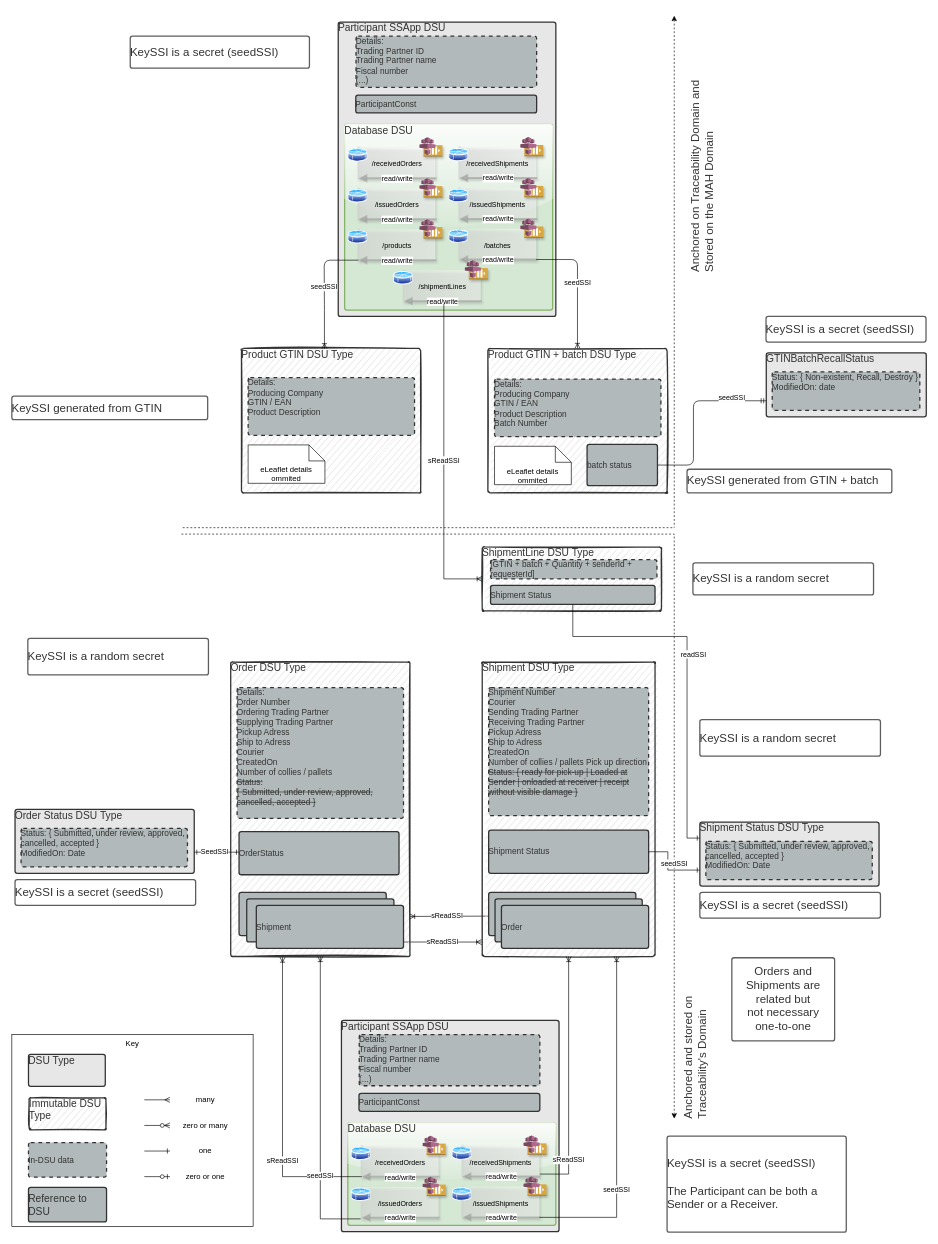
This is page "DSUTypes" (3 of 3) of workdocs/drawings/finishedGoodsTraceabilityDSUTypes.drawio from PharmaLedger-IMI/fgt-workspace, a draw.io file, before an edit. Source tidied: cells renumbered, new cells numbered last; positions are measured from the earlier drawing's top-left corner, leaving out a move shared by most shapes. Both pictures are drawn from the tidied source at 64%, with x=0, y=0 at pixel (12, 15).
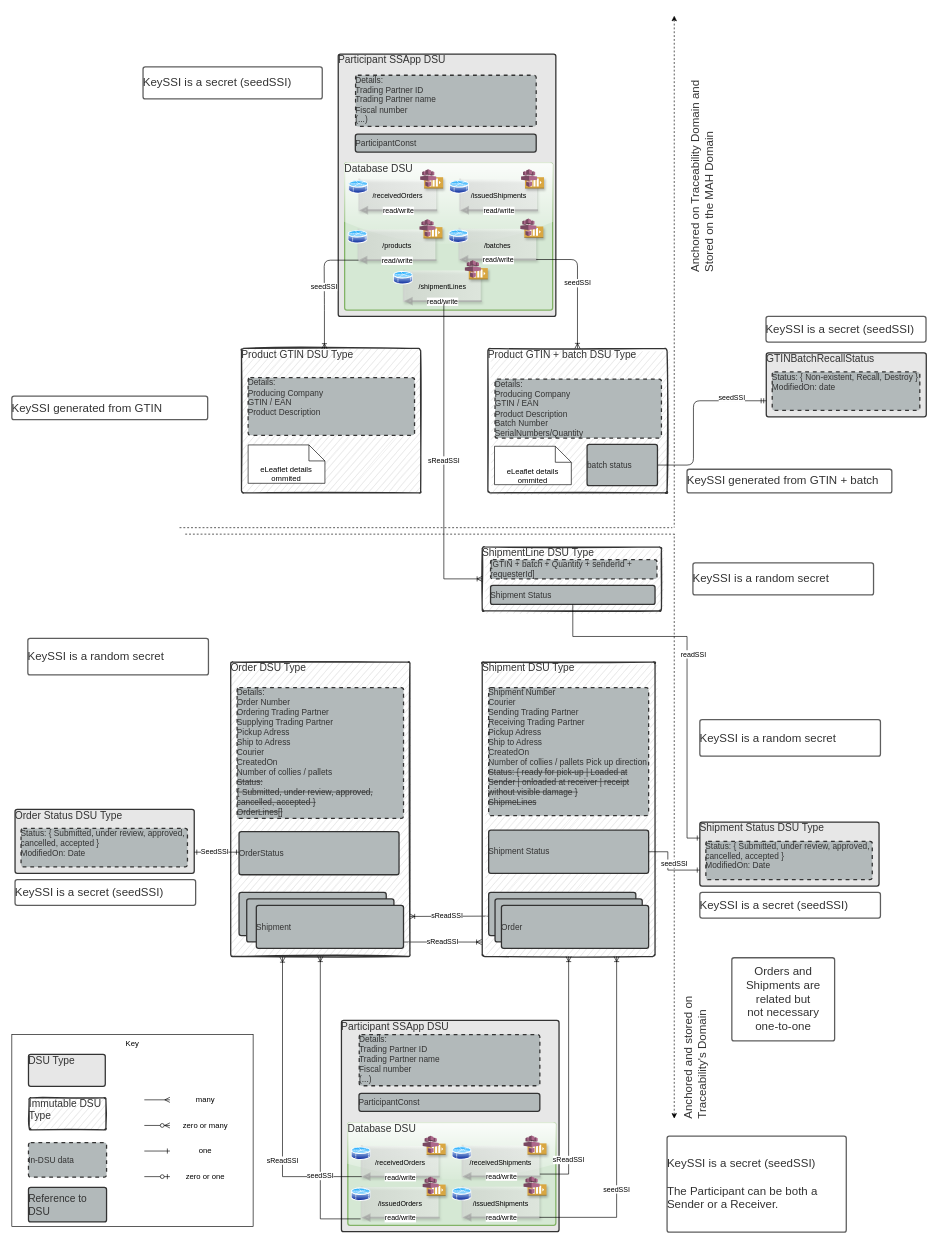
The same page after the edit.

The edit, as a diff of the source:
```diff
@@
-    <mxCell id="22" value="&lt;div&gt;Details:&lt;/div&gt;&lt;div&gt;Producing Company&lt;br&gt;&lt;/div&gt;GTIN / EAN&lt;br&gt;Product Description&lt;br&gt;Batch Number" style="html=1;overflow=block;whiteSpace=wrap;whiteSpace=wrap;fontSize=13;fontColor=#333333;align=center;align=left;spacing=7;verticalAlign=top;strokeColor=#333333;strokeOpacity=100;fillOpacity=100;rounded=1;absoluteArcSize=1;arcSize=7;fillColor=#b2b9ba;strokeWidth=2;dashed=1;" parent="1" vertex="1">
-      <mxGeometry x="754.2" y="567.8" width="260" height="90" as="geometry" />
+    <mxCell id="22" value="&lt;div&gt;Details:&lt;/div&gt;&lt;div&gt;Producing Company&lt;br&gt;&lt;/div&gt;GTIN / EAN&lt;br&gt;Product Description&lt;br&gt;Batch Number&lt;br&gt;SerialNumbers/Quantity" style="html=1;overflow=block;whiteSpace=wrap;whiteSpace=wrap;fontSize=13;fontColor=#333333;align=center;align=left;spacing=7;verticalAlign=top;strokeColor=#333333;strokeOpacity=100;fillOpacity=100;rounded=1;absoluteArcSize=1;arcSize=7;fillColor=#b2b9ba;strokeWidth=2;dashed=1;" parent="1" vertex="1">
+      <mxGeometry x="755" y="567.8" width="260" height="92.2" as="geometry" />
     </mxCell>
@@
     <mxCell id="29" style="endArrow=none;dashed=1;html=1;" parent="1" edge="1">
       <mxGeometry relative="1" as="geometry">
-        <mxPoint x="265" y="810" as="sourcePoint" />
-        <mxPoint x="1035" y="810" as="targetPoint" />
+        <mxPoint x="262" y="800" as="sourcePoint" />
+        <mxPoint x="1032" y="800" as="targetPoint" />
       </mxGeometry>
     </mxCell>
@@
     <mxCell id="31" style="endArrow=none;dashed=1;html=1;" parent="1" edge="1">
       <mxGeometry relative="1" as="geometry">
-        <mxPoint x="267" y="800" as="sourcePoint" />
-        <mxPoint x="1035" y="800" as="targetPoint" />
+        <mxPoint x="270.9" y="810.1" as="sourcePoint" />
+        <mxPoint x="1038.9" y="810.1" as="targetPoint" />
         <Array as="points">
-          <mxPoint x="607" y="800" />
+          <mxPoint x="610.9" y="810.1" />
         </Array>
       </mxGeometry>
     </mxCell>
@@
-    <mxCell id="36" value="&lt;div&gt;Details:&lt;div&gt;Order Number&lt;/div&gt;&lt;div&gt;Ordering Trading Partner&lt;/div&gt;&lt;div&gt;Supplying Trading Partner&lt;/div&gt;&lt;div&gt;Pickup Adress&lt;/div&gt;&lt;div&gt;Ship to Adress &lt;/div&gt;&lt;div&gt;Courier&lt;/div&gt;&lt;div&gt;CreatedOn&lt;/div&gt;&lt;div&gt;Number of collies / pallets&lt;/div&gt;&lt;div&gt;&lt;strike&gt;Status:&lt;/strike&gt;&lt;/div&gt;&lt;div&gt;&lt;strike&gt;{ Submitted, under review, approved, cancelled, accepted }&lt;/strike&gt;&lt;/div&gt;&lt;/div&gt;&lt;div&gt;&lt;/div&gt;" style="html=1;overflow=block;whiteSpace=wrap;whiteSpace=wrap;fontSize=13;fontColor=#333333;align=center;align=left;spacing=7;verticalAlign=top;strokeColor=#333333;strokeOpacity=100;fillOpacity=100;rounded=1;absoluteArcSize=1;arcSize=7;fillColor=#b2b9ba;strokeWidth=2;dashed=1;" parent="1" vertex="1">
+    <mxCell id="36" value="&lt;div&gt;Details:&lt;div&gt;Order Number&lt;/div&gt;&lt;div&gt;Ordering Trading Partner&lt;/div&gt;&lt;div&gt;Supplying Trading Partner&lt;/div&gt;&lt;div&gt;Pickup Adress&lt;/div&gt;&lt;div&gt;Ship to Adress &lt;/div&gt;&lt;div&gt;Courier&lt;/div&gt;&lt;div&gt;CreatedOn&lt;/div&gt;&lt;div&gt;Number of collies / pallets&lt;/div&gt;&lt;div&gt;&lt;strike&gt;Status:&lt;/strike&gt;&lt;/div&gt;&lt;div&gt;&lt;strike&gt;{ Submitted, under review, approved, cancelled, accepted }&lt;/strike&gt;&lt;/div&gt;&lt;/div&gt;&lt;div&gt;&lt;strike&gt;OrderLines[]&lt;/strike&gt;&lt;/div&gt;&lt;div&gt;&lt;/div&gt;" style="html=1;overflow=block;whiteSpace=wrap;whiteSpace=wrap;fontSize=13;fontColor=#333333;align=center;align=left;spacing=7;verticalAlign=top;strokeColor=#333333;strokeOpacity=100;fillOpacity=100;rounded=1;absoluteArcSize=1;arcSize=7;fillColor=#b2b9ba;strokeWidth=2;dashed=1;" parent="1" vertex="1">
       <mxGeometry x="352" y="1050" width="260" height="204.3" as="geometry" />
     </mxCell>
@@
-    <mxCell id="41" value="&lt;div&gt;&lt;div&gt;Shipment Number&lt;/div&gt;&lt;div&gt;Courier&lt;/div&gt;&lt;div&gt;Sending Trading Partner&lt;/div&gt;&lt;div&gt;Receiving Trading Partner&lt;/div&gt;&lt;div&gt;Pickup Adress&lt;/div&gt;&lt;div&gt;Ship to Adress &lt;/div&gt;CreatedOn&lt;div&gt;Number of collies / pallets Pick up direction&lt;/div&gt;&lt;div&gt;&lt;strike&gt;Status: { ready for pick-up | Loaded at Sender | onloaded at receiver | receipt without visible damage } &lt;/strike&gt;&lt;/div&gt;&lt;/div&gt;&lt;div&gt;&lt;/div&gt;" style="html=1;overflow=block;whiteSpace=wrap;whiteSpace=wrap;fontSize=13;fontColor=#333333;align=center;align=left;spacing=7;verticalAlign=top;strokeColor=#333333;strokeOpacity=100;fillOpacity=100;rounded=1;absoluteArcSize=1;arcSize=7;fillColor=#b2b9ba;strokeWidth=2;dashed=1;" parent="1" vertex="1">
+    <mxCell id="41" value="&lt;div&gt;&lt;div&gt;Shipment Number&lt;/div&gt;&lt;div&gt;Courier&lt;/div&gt;&lt;div&gt;Sending Trading Partner&lt;/div&gt;&lt;div&gt;Receiving Trading Partner&lt;/div&gt;&lt;div&gt;Pickup Adress&lt;/div&gt;&lt;div&gt;Ship to Adress &lt;/div&gt;CreatedOn&lt;div&gt;Number of collies / pallets Pick up direction&lt;/div&gt;&lt;div&gt;&lt;strike&gt;Status: { ready for pick-up | Loaded at Sender | onloaded at receiver | receipt without visible damage } &lt;br&gt;ShipmeLines&lt;/strike&gt;&lt;/div&gt;&lt;/div&gt;&lt;div&gt;&lt;/div&gt;" style="html=1;overflow=block;whiteSpace=wrap;whiteSpace=wrap;fontSize=13;fontColor=#333333;align=center;align=left;spacing=7;verticalAlign=top;strokeColor=#333333;strokeOpacity=100;fillOpacity=100;rounded=1;absoluteArcSize=1;arcSize=7;fillColor=#b2b9ba;strokeWidth=2;dashed=1;" parent="1" vertex="1">
       <mxGeometry x="745" y="1050" width="250" height="200" as="geometry" />
     </mxCell>
@@
     <mxCell id="60" value="KeySSI is a secret (seedSSI)" style="html=1;overflow=block;whiteSpace=wrap;whiteSpace=wrap;fontSize=18;fontColor=#333333;align=left;spacing=7;strokeColor=#5e5e5e;strokeOpacity=100;rounded=1;absoluteArcSize=1;arcSize=7;strokeWidth=2;" parent="1" vertex="1">
-      <mxGeometry x="185" y="32" width="280" height="50" as="geometry" />
+      <mxGeometry x="205" y="80" width="280" height="50" as="geometry" />
     </mxCell>
@@
     <mxCell id="102" value="Participant SSApp DSU" style="html=1;overflow=block;whiteSpace=wrap;whiteSpace=wrap;fontSize=16;fontColor=#333333;align=left;spacing=7;verticalAlign=top;strokeColor=#333333;strokeOpacity=100;fillOpacity=100;rounded=1;absoluteArcSize=1;arcSize=7;fillColor=#e7e7e7;strokeWidth=2;" parent="1" vertex="1">
-      <mxGeometry x="510" y="10" width="340" height="460" as="geometry" />
+      <mxGeometry x="510" y="60" width="340" height="410" as="geometry" />
     </mxCell>
     <mxCell id="103" value="&lt;div&gt;&lt;div&gt;Details:&lt;br&gt;Trading Partner ID&lt;/div&gt;&lt;div&gt;Trading Partner name&lt;/div&gt;&lt;div&gt;Fiscal number&lt;br&gt;&lt;/div&gt;&lt;div&gt;(...)&lt;/div&gt;&lt;div&gt;&lt;br&gt;&lt;/div&gt;&lt;/div&gt;&lt;div&gt;&lt;/div&gt;" style="html=1;overflow=block;whiteSpace=wrap;whiteSpace=wrap;fontSize=13;fontColor=#333333;align=center;align=left;spacing=7;verticalAlign=top;strokeColor=#333333;strokeOpacity=100;fillOpacity=100;rounded=1;absoluteArcSize=1;arcSize=7;fillColor=#b2b9ba;strokeWidth=2;dashed=1;" parent="1" vertex="1">
-      <mxGeometry x="537.8" y="32" width="282.2" height="80" as="geometry" />
+      <mxGeometry x="537.1" y="93.1" width="282.2" height="80" as="geometry" />
     </mxCell>
     <mxCell id="104" value="ParticipantConst" style="html=1;overflow=block;whiteSpace=wrap;whiteSpace=wrap;fontSize=13;fontColor=#333333;align=center;align=left;spacing=7;verticalAlign=middle;strokeColor=#333333;strokeOpacity=100;fillOpacity=100;rounded=1;absoluteArcSize=1;arcSize=7;fillColor=#b2b9ba;strokeWidth=2;" parent="1" vertex="1">
-      <mxGeometry x="537.4" y="124" width="282.6" height="28" as="geometry" />
+      <mxGeometry x="536.7" y="185.1" width="282.6" height="28" as="geometry" />
     </mxCell>
     <mxCell id="105" value="Database DSU" style="html=1;overflow=block;whiteSpace=wrap;whiteSpace=wrap;fontSize=16;fontColor=#333333;align=left;spacing=7;verticalAlign=top;strokeOpacity=100;fillOpacity=100;rounded=1;absoluteArcSize=1;arcSize=7;strokeWidth=2;sketch=0;shadow=0;glass=1;fillColor=#D5E8D4;strokeColor=#82B366;" parent="1" vertex="1">
-      <mxGeometry x="520" y="170" width="325" height="290" as="geometry" />
+      <mxGeometry x="520" y="230" width="325" height="230" as="geometry" />
     </mxCell>
     <mxCell id="106" value="&lt;font style=&quot;font-size: 11px&quot;&gt;/receivedOrders&lt;/font&gt;" style="shape=partialRectangle;whiteSpace=wrap;html=1;bottom=1;right=0;rounded=1;shadow=1;glass=1;labelBackgroundColor=none;sketch=0;strokeWidth=3;fontSize=16;top=0;gradientDirection=west;gradientColor=#E6E6E6;opacity=50;strokeColor=#CCCCCC;" parent="1" vertex="1">
-      <mxGeometry x="541.7" y="206" width="120" height="48" as="geometry" />
+      <mxGeometry x="542.9" y="256" width="120" height="48" as="geometry" />
     </mxCell>
     <mxCell id="107" style="endArrow=none;html=1;fontSize=16;startArrow=block;startFill=1;rounded=0;strokeWidth=3;opacity=50;exitX=0;exitY=1;exitDx=0;exitDy=0;strokeColor=#999999;" parent="1" edge="1" source="106">
-      <mxGeometry x="-80" y="-6210" as="geometry">
-        <mxPoint x="663.5" y="254" as="targetPoint" />
+      <mxGeometry x="-78.9" y="-6160" as="geometry">
+        <mxPoint x="664.6" y="304" as="targetPoint" />
       </mxGeometry>
     </mxCell>
@@
     <mxCell id="109" style="perimeter=ellipsePerimeter;html=1;align=center;shadow=0;dashed=0;spacingTop=3;image;image=img/lib/active_directory/database_partition_5.svg;rounded=1;glass=1;labelBackgroundColor=none;sketch=0;strokeColor=#000000;strokeWidth=2;fillColor=none;gradientColor=#ffffff;fontSize=11;" parent="1" vertex="1">
-      <mxGeometry x="525" y="206.5" width="31.1" height="23" as="geometry" />
+      <mxGeometry x="526.1" y="256.5" width="31.1" height="23" as="geometry" />
     </mxCell>
     <mxCell id="110" style="group;" parent="1" vertex="1">
-      <mxGeometry x="637" y="190" width="35.9" height="30" as="geometry" />
+      <mxGeometry x="638.1" y="240" width="35.9" height="30" as="geometry" />
     </mxCell>
@@
-    <mxCell id="113" value="&lt;font style=&quot;font-size: 11px&quot;&gt;/issuedOrders&lt;/font&gt;" style="shape=partialRectangle;whiteSpace=wrap;html=1;bottom=1;right=0;rounded=1;shadow=1;glass=1;labelBackgroundColor=none;sketch=0;strokeWidth=3;fontSize=16;top=0;gradientDirection=west;gradientColor=#E6E6E6;opacity=50;strokeColor=#CCCCCC;" parent="1" vertex="1">
-      <mxGeometry x="541.7" y="270" width="120" height="48" as="geometry" />
-    </mxCell>
-    <mxCell id="114" style="endArrow=none;html=1;fontSize=16;startArrow=block;startFill=1;rounded=0;strokeWidth=3;opacity=50;exitX=0;exitY=1;exitDx=0;exitDy=0;strokeColor=#999999;" parent="1" edge="1" source="113">
-      <mxGeometry x="-80" y="-6146" as="geometry">
-        <mxPoint x="663.5" y="318" as="targetPoint" />
-      </mxGeometry>
-    </mxCell>
-    <mxCell id="115" value="read/write" style="edgeLabel;html=1;align=center;verticalAlign=middle;fontSize=11;" parent="114" vertex="1">
-      <mxGeometry relative="1" as="geometry">
-        <mxPoint x="-0.8" as="offset" />
-      </mxGeometry>
-    </mxCell>
-    <mxCell id="116" style="perimeter=ellipsePerimeter;html=1;align=center;shadow=0;dashed=0;spacingTop=3;image;image=img/lib/active_directory/database_partition_5.svg;rounded=1;glass=1;labelBackgroundColor=none;sketch=0;strokeColor=#000000;strokeWidth=2;fillColor=none;gradientColor=#ffffff;fontSize=11;" parent="1" vertex="1">
-      <mxGeometry x="525" y="270.5" width="31.1" height="23" as="geometry" />
-    </mxCell>
-    <mxCell id="117" style="group;" parent="1" vertex="1">
-      <mxGeometry x="637" y="254" width="35.9" height="30" as="geometry" />
-    </mxCell>
-    <mxCell id="118" style="dashed=0;verticalLabelPosition=bottom;verticalAlign=top;align=center;html=1;shape=mxgraph.aws3.queue;fillColor=#D9A741;gradientColor=none;shadow=1;sketch=0;" parent="117" vertex="1">
-      <mxGeometry x="6.1" y="12.4" width="29.7" height="17.6" as="geometry" />
-    </mxCell>
-    <mxCell id="119" style="dashed=0;verticalLabelPosition=bottom;verticalAlign=top;align=center;html=1;shape=mxgraph.aws3.gamelift;fillColor=#AD688B;gradientColor=none;rounded=1;shadow=0;glass=1;labelBackgroundColor=none;sketch=0;strokeColor=#000000;strokeWidth=2;fontSize=11;" parent="117" vertex="1">
-      <mxGeometry width="25" height="27.5" as="geometry" />
-    </mxCell>
-    <mxCell id="120" value="&lt;font style=&quot;font-size: 11px&quot;&gt;/receivedShipments&lt;/font&gt;" style="shape=partialRectangle;whiteSpace=wrap;html=1;bottom=1;right=0;rounded=1;shadow=1;glass=1;labelBackgroundColor=none;sketch=0;strokeWidth=3;fontSize=16;top=0;gradientDirection=west;gradientColor=#E6E6E6;opacity=50;strokeColor=#CCCCCC;" parent="1" vertex="1">
-      <mxGeometry x="699.3" y="205.6" width="120" height="48" as="geometry" />
-    </mxCell>
-    <mxCell id="121" style="endArrow=none;html=1;fontSize=16;startArrow=block;startFill=1;rounded=0;strokeWidth=3;opacity=50;exitX=0;exitY=1;exitDx=0;exitDy=0;strokeColor=#999999;" parent="1" edge="1" source="120">
-      <mxGeometry x="77.6" y="-6210.4" as="geometry">
-        <mxPoint x="821.1" y="253.6" as="targetPoint" />
-      </mxGeometry>
-    </mxCell>
-    <mxCell id="122" value="read/write" style="edgeLabel;html=1;align=center;verticalAlign=middle;fontSize=11;" parent="121" vertex="1">
-      <mxGeometry relative="1" as="geometry">
-        <mxPoint x="-0.8" as="offset" />
-      </mxGeometry>
-    </mxCell>
-    <mxCell id="123" style="perimeter=ellipsePerimeter;html=1;align=center;shadow=0;dashed=0;spacingTop=3;image;image=img/lib/active_directory/database_partition_5.svg;rounded=1;glass=1;labelBackgroundColor=none;sketch=0;strokeColor=#000000;strokeWidth=2;fillColor=none;gradientColor=#ffffff;fontSize=11;" parent="1" vertex="1">
-      <mxGeometry x="682.6" y="206.1" width="31.1" height="23" as="geometry" />
-    </mxCell>
-    <mxCell id="124" style="group;" parent="1" vertex="1">
-      <mxGeometry x="794.6" y="189.6" width="35.9" height="30" as="geometry" />
-    </mxCell>
-    <mxCell id="125" style="dashed=0;verticalLabelPosition=bottom;verticalAlign=top;align=center;html=1;shape=mxgraph.aws3.queue;fillColor=#D9A741;gradientColor=none;shadow=1;sketch=0;" parent="124" vertex="1">
-      <mxGeometry x="6.1" y="12.4" width="29.7" height="17.6" as="geometry" />
-    </mxCell>
-    <mxCell id="126" style="dashed=0;verticalLabelPosition=bottom;verticalAlign=top;align=center;html=1;shape=mxgraph.aws3.gamelift;fillColor=#AD688B;gradientColor=none;rounded=1;shadow=0;glass=1;labelBackgroundColor=none;sketch=0;strokeColor=#000000;strokeWidth=2;fontSize=11;" parent="124" vertex="1">
-      <mxGeometry width="25" height="27.5" as="geometry" />
-    </mxCell>
     <mxCell id="127" value="&lt;font style=&quot;font-size: 11px&quot;&gt;/issuedShipments&lt;/font&gt;" style="shape=partialRectangle;whiteSpace=wrap;html=1;bottom=1;right=0;rounded=1;shadow=1;glass=1;labelBackgroundColor=none;sketch=0;strokeWidth=3;fontSize=16;top=0;gradientDirection=west;gradientColor=#E6E6E6;opacity=50;strokeColor=#CCCCCC;" parent="1" vertex="1">
-      <mxGeometry x="699.3" y="269.6" width="120" height="48" as="geometry" />
+      <mxGeometry x="700.5" y="256" width="120" height="48" as="geometry" />
     </mxCell>
     <mxCell id="128" style="endArrow=none;html=1;fontSize=16;startArrow=block;startFill=1;rounded=0;strokeWidth=3;opacity=50;exitX=0;exitY=1;exitDx=0;exitDy=0;strokeColor=#999999;" parent="1" edge="1" source="127">
-      <mxGeometry x="77.6" y="-6146.4" as="geometry">
-        <mxPoint x="821.1" y="317.6" as="targetPoint" />
+      <mxGeometry x="78.7" y="-6160" as="geometry">
+        <mxPoint x="822.2" y="304" as="targetPoint" />
       </mxGeometry>
     </mxCell>
@@
     <mxCell id="130" style="perimeter=ellipsePerimeter;html=1;align=center;shadow=0;dashed=0;spacingTop=3;image;image=img/lib/active_directory/database_partition_5.svg;rounded=1;glass=1;labelBackgroundColor=none;sketch=0;strokeColor=#000000;strokeWidth=2;fillColor=none;gradientColor=#ffffff;fontSize=11;" parent="1" vertex="1">
-      <mxGeometry x="682.6" y="270.1" width="31.1" height="23" as="geometry" />
+      <mxGeometry x="683.7" y="256.5" width="31.1" height="23" as="geometry" />
     </mxCell>
     <mxCell id="131" style="group;" parent="1" vertex="1">
-      <mxGeometry x="794.6" y="253.6" width="35.9" height="30" as="geometry" />
+      <mxGeometry x="795.7" y="240" width="35.9" height="30" as="geometry" />
     </mxCell>
```
